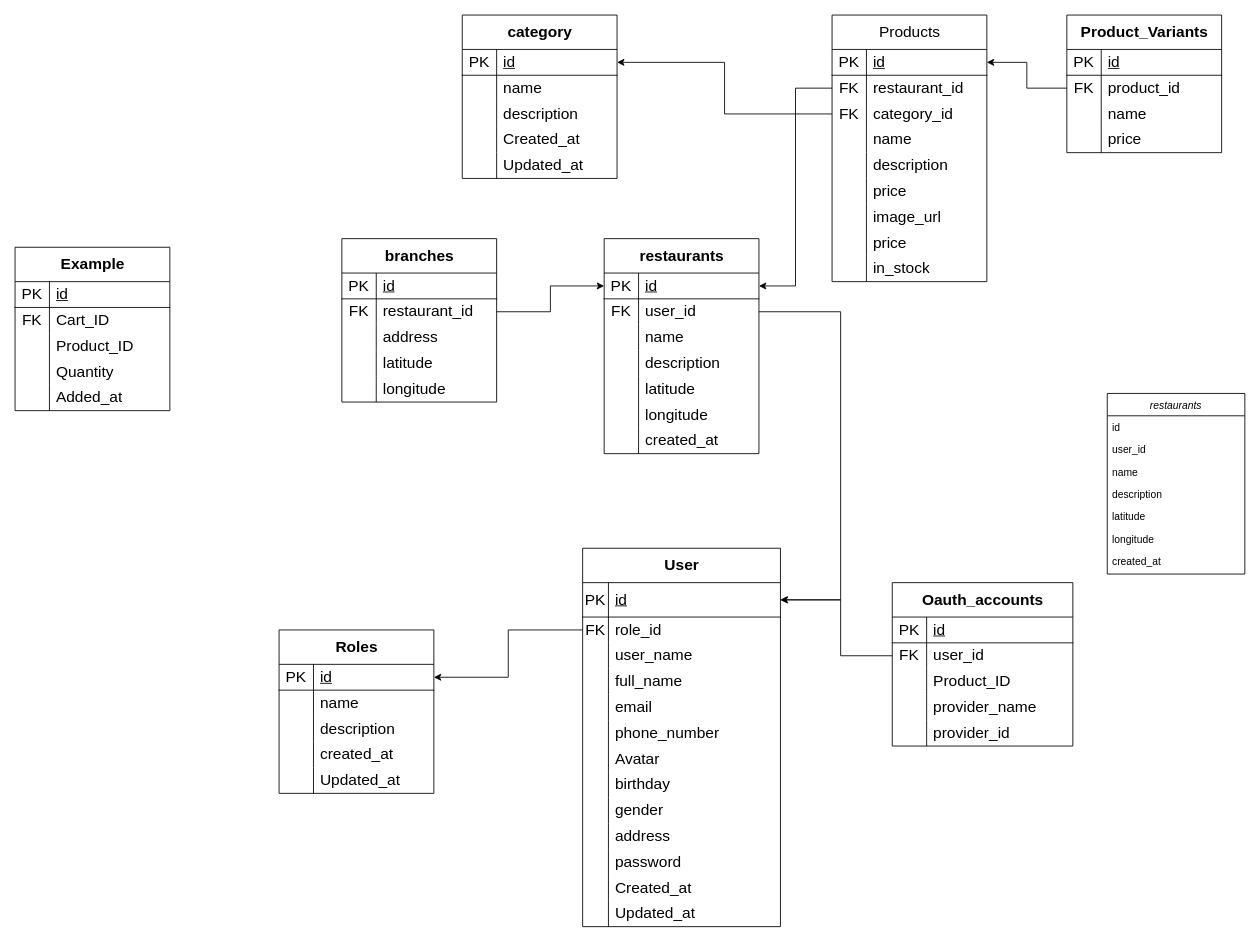
ntuananhdevs/DATN-DevFoods keeps this draw.io diagram as DATN.drawio. Above is the earlier version. Source tidied: cells renumbered, new cells numbered last; positions are measured from the earlier drawing's top-left corner, leaving out a move shared by most shapes. Both pictures are drawn from the tidied source at 86%, with x=0, y=0 at pixel (15, 15).
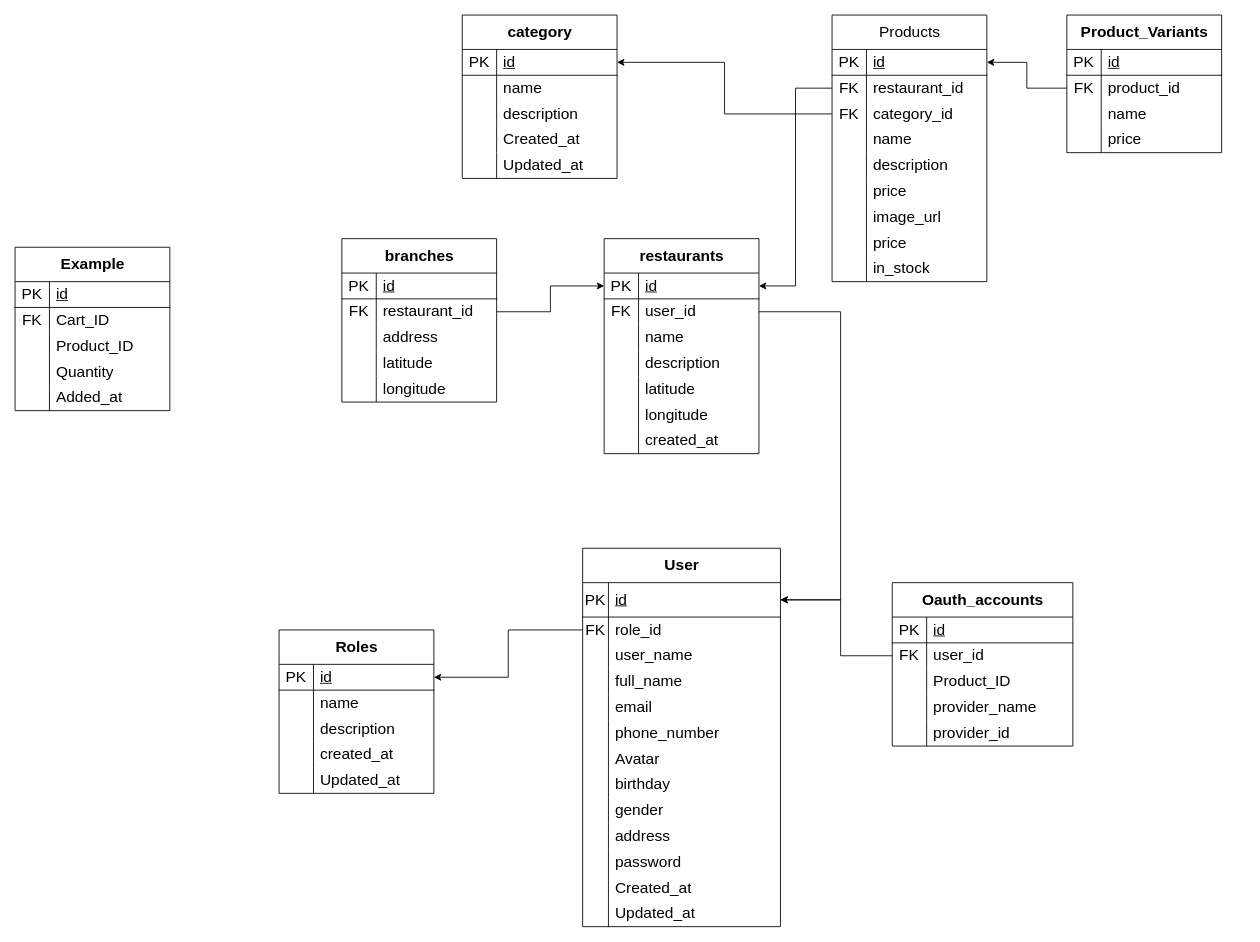
The same diagram, later.

The edit, as a diff of the source:
```diff
@@
-    <mxCell id="2" value="restaurants" style="swimlane;fontStyle=2;align=center;verticalAlign=top;horizontal=1;startSize=26;rounded=0;shadow=0;strokeWidth=1;" parent="1" vertex="1">
-      <mxGeometry x="1270" y="440" width="160" height="210" as="geometry" />
-    </mxCell>
-    <mxCell id="3" value="id" style="text;align=left;verticalAlign=top;spacingLeft=4;spacingRight=4;overflow=hidden;" parent="2" vertex="1">
-      <mxGeometry y="26" width="160" height="26" as="geometry" />
-    </mxCell>
-    <mxCell id="4" value="user_id" style="text;align=left;verticalAlign=top;spacingLeft=4;spacingRight=4;overflow=hidden;" parent="2" vertex="1">
-      <mxGeometry y="52" width="160" height="26" as="geometry" />
-    </mxCell>
-    <mxCell id="5" value="name" style="text;align=left;verticalAlign=top;spacingLeft=4;spacingRight=4;overflow=hidden;rounded=0;shadow=0;html=0;" parent="2" vertex="1">
-      <mxGeometry y="78" width="160" height="26" as="geometry" />
-    </mxCell>
-    <mxCell id="6" value="description" style="text;align=left;verticalAlign=top;spacingLeft=4;spacingRight=4;overflow=hidden;rounded=0;shadow=0;html=0;" parent="2" vertex="1">
-      <mxGeometry y="104" width="160" height="26" as="geometry" />
-    </mxCell>
-    <mxCell id="7" value="latitude" style="text;align=left;verticalAlign=top;spacingLeft=4;spacingRight=4;overflow=hidden;rounded=0;shadow=0;html=0;" parent="2" vertex="1">
-      <mxGeometry y="130" width="160" height="26" as="geometry" />
-    </mxCell>
-    <mxCell id="8" value="longitude" style="text;align=left;verticalAlign=top;spacingLeft=4;spacingRight=4;overflow=hidden;rounded=0;shadow=0;html=0;" parent="2" vertex="1">
-      <mxGeometry y="156" width="160" height="26" as="geometry" />
-    </mxCell>
-    <mxCell id="9" value="created_at" style="text;align=left;verticalAlign=top;spacingLeft=4;spacingRight=4;overflow=hidden;" parent="2" vertex="1">
-      <mxGeometry y="182" width="160" height="26" as="geometry" />
-    </mxCell>
```
